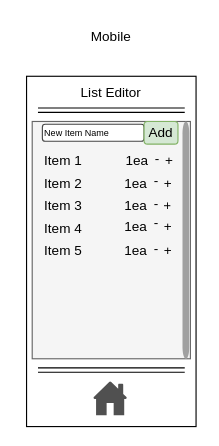
Above: docs/wireframes/list-editor.drawio in JohnMarzulli/GrocerEase (draw.io), before the change. Source tidied: cells renumbered, new cells numbered last; positions are measured from the earlier drawing's top-left corner, leaving out a move shared by most shapes. Both pictures are drawn from the tidied source at 113%, with x=0, y=0 at pixel (19, 19).
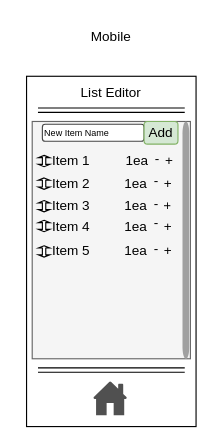
Above is the later version.

Unchanged cells that the change refers to:
```xml
<mxCell id="12" style="group;" parent="1" vertex="1">
  <mxGeometry x="20" y="120" width="140" height="180" as="geometry" />
</mxCell>
<mxCell id="13" style="group;" parent="12" vertex="1">
  <mxGeometry x="-10" width="140" height="180" as="geometry" />
</mxCell>
<mxCell id="19" style="group;" parent="12" vertex="1">
  <mxGeometry x="-20" y="20" width="120" height="12.5" as="geometry" />
</mxCell>
<mxCell id="25" style="group;" parent="12" vertex="1">
  <mxGeometry x="-20" y="80" width="120" height="12.5" as="geometry" />
</mxCell>
```

Diff of the diagram source:
```diff
@@
     <mxCell id="14" value="Item 1" style="text;strokeColor=none;align=left;fillColor=none;html=1;verticalAlign=middle;whiteSpace=wrap;rounded=0;" parent="13" vertex="1">
-      <mxGeometry x="10" width="90" height="10" as="geometry" />
+      <mxGeometry x="16.5" width="90" height="10" as="geometry" />
     </mxCell>
@@
     <mxCell id="20" value="Item 2" style="text;strokeColor=none;align=left;fillColor=none;html=1;verticalAlign=middle;whiteSpace=wrap;rounded=0;" parent="19" vertex="1">
-      <mxGeometry x="20" width="90" height="10" as="geometry" />
+      <mxGeometry x="26.5" width="90" height="10" as="geometry" />
     </mxCell>
     <mxCell id="21" style="group;" parent="12" vertex="1">
-      <mxGeometry x="-20" y="40" width="130" height="140" as="geometry" />
+      <mxGeometry x="-13" y="40" width="130" height="140" as="geometry" />
     </mxCell>
@@
     <mxCell id="23" style="group;" parent="12" vertex="1">
-      <mxGeometry x="-10" y="60" width="120" height="10" as="geometry" />
+      <mxGeometry x="-3.5" y="57.5" width="120" height="10" as="geometry" />
     </mxCell>
@@
+    <mxCell id="44" style="shape=doubleArrow;whiteSpace=wrap;html=1;rotation=90;" parent="23" vertex="1">
+      <mxGeometry width="10" height="10" as="geometry" />
+    </mxCell>
@@
     <mxCell id="26" value="Item 5" style="text;strokeColor=none;align=left;fillColor=none;html=1;verticalAlign=middle;whiteSpace=wrap;rounded=0;" parent="25" vertex="1">
-      <mxGeometry x="20" width="90" height="10" as="geometry" />
+      <mxGeometry x="27" width="90" height="10" as="geometry" />
     </mxCell>
+    <mxCell id="45" style="shape=doubleArrow;whiteSpace=wrap;html=1;rotation=90;" parent="12" vertex="1">
+      <mxGeometry x="-3.5" width="10" height="10" as="geometry" />
+    </mxCell>
+    <mxCell id="46" style="shape=doubleArrow;whiteSpace=wrap;html=1;rotation=90;" parent="12" vertex="1">
+      <mxGeometry x="-3.5" y="20" width="10" height="10" as="geometry" />
+    </mxCell>
+    <mxCell id="47" style="shape=doubleArrow;whiteSpace=wrap;html=1;rotation=90;" parent="12" vertex="1">
+      <mxGeometry x="-3.5" y="40" width="10" height="10" as="geometry" />
+    </mxCell>
+    <mxCell id="48" style="shape=doubleArrow;whiteSpace=wrap;html=1;rotation=90;" parent="12" vertex="1">
+      <mxGeometry x="-3.5" y="80" width="10" height="10" as="geometry" />
+    </mxCell>
```
